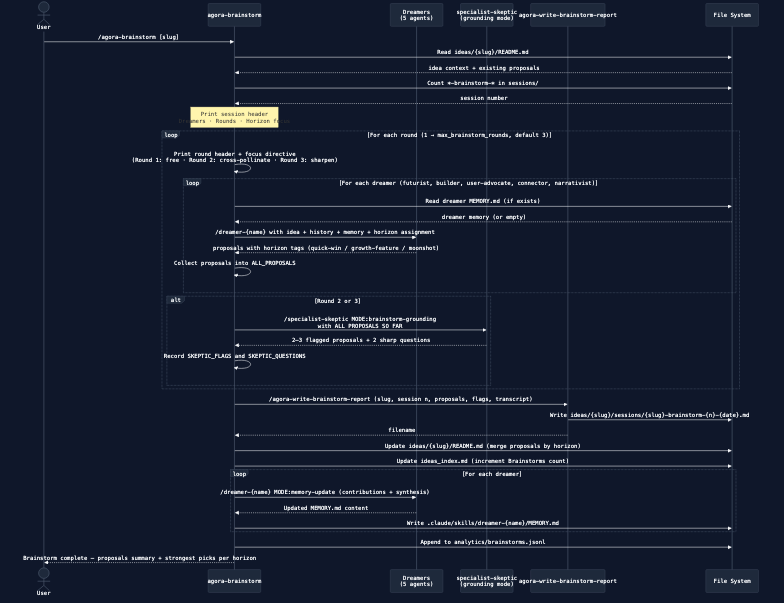
aryan-curiel/agora keeps this Mermaid diagram as docs/diagrams/05-brainstorm-session-flow.png. Above is the earlier version. Its source is kept beside it as docs/diagrams/05-brainstorm-session-flow.mmd. The source it was exported from:
```mermaid
%%{init: {"theme": "base", "themeVariables": {"primaryColor": "#1e293b", "primaryTextColor": "#f8fafc", "primaryBorderColor": "#475569", "lineColor": "#94a3b8", "secondaryColor": "#0f172a", "tertiaryColor": "#162032", "background": "#0f172a", "mainBkg": "#1e293b", "nodeBorder": "#475569", "clusterBkg": "#162032", "titleColor": "#f8fafc", "edgeLabelBackground": "#1e293b", "fontFamily": "monospace"}}}%%

sequenceDiagram
    actor User
    participant BS as agora-brainstorm
    participant DR as Dreamers<br/>(5 agents)
    participant SK as specialist-skeptic<br/>(grounding mode)
    participant WR as agora-write-brainstorm-report
    participant FS as File System

    User->>BS: /agora-brainstorm [slug]
    BS->>FS: Read ideas/{slug}/README.md
    FS-->>BS: idea context + existing proposals
    BS->>FS: Count *-brainstorm-* in sessions/
    FS-->>BS: session number

    Note over BS: Print session header<br/>Dreamers · Rounds · Horizon focus

    loop For each round (1 → max_brainstorm_rounds, default 3)
        BS->>BS: Print round header + focus directive<br/>(Round 1: free · Round 2: cross-pollinate · Round 3: sharpen)

        loop For each dreamer (futurist, builder, user-advocate, connector, narrativist)
            BS->>FS: Read dreamer MEMORY.md (if exists)
            FS-->>BS: dreamer memory (or empty)
            BS->>DR: /dreamer-{name} with idea + history + memory + horizon assignment
            DR-->>BS: proposals with horizon tags (quick-win / growth-feature / moonshot)
            BS->>BS: Collect proposals into ALL_PROPOSALS
        end

        alt Round 2 or 3
            BS->>SK: /specialist-skeptic MODE:brainstorm-grounding<br/>with ALL PROPOSALS SO FAR
            SK-->>BS: 2–3 flagged proposals + 2 sharp questions
            BS->>BS: Record SKEPTIC_FLAGS and SKEPTIC_QUESTIONS
        end
    end

    BS->>WR: /agora-write-brainstorm-report (slug, session n, proposals, flags, transcript)
    WR->>FS: Write ideas/{slug}/sessions/{slug}-brainstorm-{n}-{date}.md
    WR-->>BS: filename

    BS->>FS: Update ideas/{slug}/README.md (merge proposals by horizon)
    BS->>FS: Update ideas_index.md (increment Brainstorms count)

    loop For each dreamer
        BS->>DR: /dreamer-{name} MODE:memory-update (contributions + synthesis)
        DR-->>BS: Updated MEMORY.md content
        BS->>FS: Write .claude/skills/dreamer-{name}/MEMORY.md
    end

    BS->>FS: Append to analytics/brainstorms.jsonl
    BS-->>User: Brainstorm complete — proposals summary + strongest picks per horizon
```
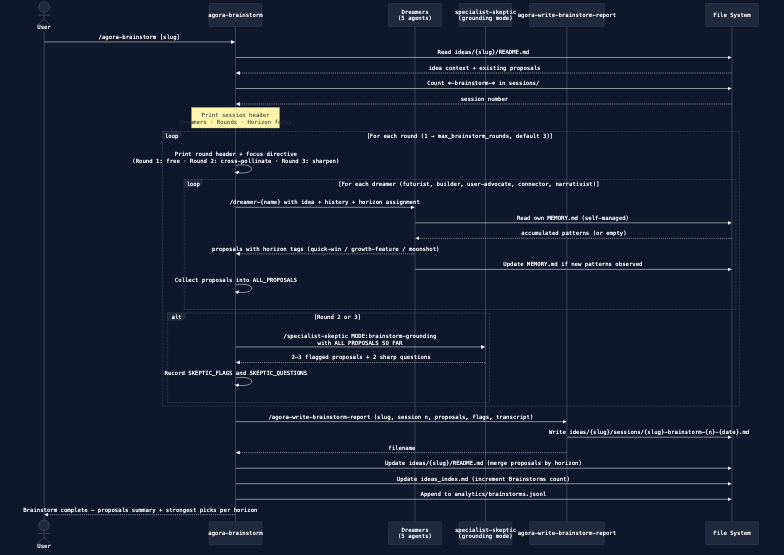
The same file after the commit.

Commit message:
Update diagrams, landing page, and slides for agent-owned memory

What changed in the source:
```diff
@@ -20,10 +20,11 @@
         BS->>BS: Print round header + focus directive<br/>(Round 1: free · Round 2: cross-pollinate · Round 3: sharpen)
 
         loop For each dreamer (futurist, builder, user-advocate, connector, narrativist)
-            BS->>FS: Read dreamer MEMORY.md (if exists)
-            FS-->>BS: dreamer memory (or empty)
-            BS->>DR: /dreamer-{name} with idea + history + memory + horizon assignment
+            BS->>DR: /dreamer-{name} with idea + history + horizon assignment
+            DR->>FS: Read own MEMORY.md (self-managed)
+            FS-->>DR: accumulated patterns (or empty)
             DR-->>BS: proposals with horizon tags (quick-win / growth-feature / moonshot)
+            DR->>FS: Update MEMORY.md if new patterns observed
             BS->>BS: Collect proposals into ALL_PROPOSALS
         end
 
@@ -41,11 +42,5 @@
     BS->>FS: Update ideas/{slug}/README.md (merge proposals by horizon)
     BS->>FS: Update ideas_index.md (increment Brainstorms count)
 
-    loop For each dreamer
-        BS->>DR: /dreamer-{name} MODE:memory-update (contributions + synthesis)
-        DR-->>BS: Updated MEMORY.md content
-        BS->>FS: Write .claude/skills/dreamer-{name}/MEMORY.md
-    end
-
     BS->>FS: Append to analytics/brainstorms.jsonl
     BS-->>User: Brainstorm complete — proposals summary + strongest picks per horizon
```
